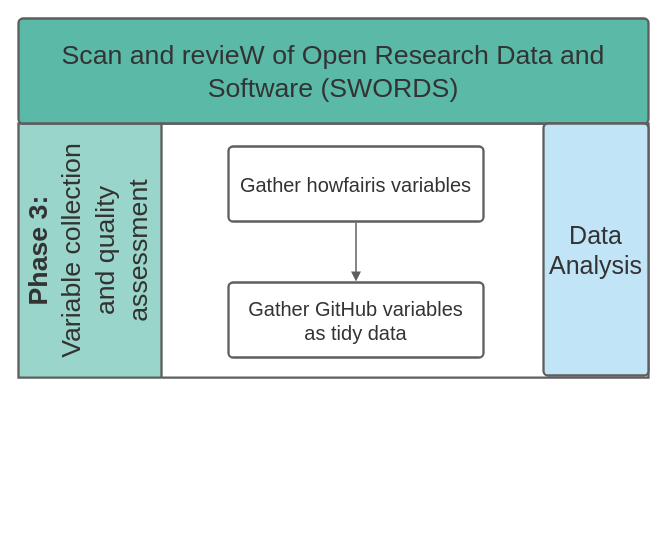
The draw.io diagram page "phase3" (4 of 4) of docs/SWORDS.drawio.xml in UtrechtUniversity/SWORDS-UU, before the edit. Source tidied: cells renumbered, new cells numbered last; positions are measured from the earlier drawing's top-left corner, leaving out a move shared by most shapes. Both pictures are drawn from the tidied source at 100%, with x=0, y=0 at pixel (18, 18).
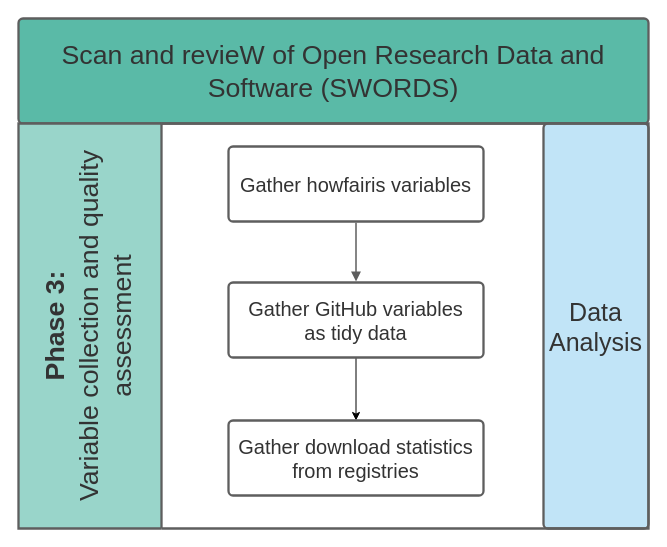
After the change.

What changed in the source:
```diff
@@
 <mxGraphModel>
   <root>
     <mxCell id="0" />
     <mxCell id="1" parent="0" />
-    <mxCell id="2" style="fillColor=none;strokeColor=none;fontStyle=0;html=1;whiteSpace=wrap;fontSize=13;spacing=0;strokeOpacity=100;fillOpacity=100;rounded=1;absoluteArcSize=1;arcSize=9;horizontal=0;strokeWidth=2.3;" parent="1" vertex="1">
-      <mxGeometry y="105" width="630" height="254.1" as="geometry" />
-    </mxCell>
-    <mxCell id="3" value="&lt;div style=&quot;display: flex; justify-content: center; text-align: center; align-items: baseline; font-size: 0; line-height: 1.25;margin-top: -2px;&quot;&gt;&lt;span&gt;&lt;span style=&quot;font-size:26.7px;color:#333333;font-weight: bold;&quot;&gt;Phase 3:&lt;/span&gt;&lt;span style=&quot;font-size:26.7px;color:#333333;&quot;&gt;&#10;Variable collection and quality assessment&lt;/span&gt;&lt;/span&gt;&lt;/div&gt;" style="swimlane;html=1;whiteSpace=wrap;fontStyle=0;startSize=143;rounded=0;horizontal=0;overflow=block;blockSpacing=1;spacing=0;strokeColor=#5e5e5e;strokeOpacity=100;fillOpacity=100;fillColor=#99d5ca;strokeWidth=2.3;fontSize=13;" parent="2" vertex="1">
-      <mxGeometry width="630" height="254.1" as="geometry" />
-    </mxCell>
     <mxCell id="4" value="Scan and revieW of Open Research Data and Software (SWORDS) " style="html=1;overflow=block;blockSpacing=1;whiteSpace=wrap;fontSize=26.7;fontColor=#333333;spacing=3.8;strokeColor=#5e5e5e;strokeOpacity=100;fillOpacity=100;rounded=1;absoluteArcSize=1;arcSize=9;fillColor=#5abaa7;strokeWidth=2.3;" parent="1" vertex="1">
       <mxGeometry width="630" height="105" as="geometry" />
     </mxCell>
     <mxCell id="5" value="Gather howfairis variables" style="html=1;overflow=block;blockSpacing=1;whiteSpace=wrap;fontSize=20;fontColor=#333333;spacing=9;strokeColor=#5e5e5e;strokeOpacity=100;rounded=1;absoluteArcSize=1;arcSize=9;strokeWidth=2.3;" parent="1" vertex="1">
       <mxGeometry x="210" y="128" width="255" height="75" as="geometry" />
     </mxCell>
+    <mxCell id="9" style="edgeStyle=orthogonalEdgeStyle;rounded=0;jettySize=auto;html=1;entryX=0.5;entryY=0;entryDx=0;entryDy=0;" parent="1" edge="1" source="6" target="10">
+      <mxGeometry relative="1" as="geometry" />
+    </mxCell>
     <mxCell id="6" value="Gather GitHub variables as tidy data" style="html=1;overflow=block;blockSpacing=1;whiteSpace=wrap;fontSize=20;fontColor=#333333;spacing=9;strokeColor=#5e5e5e;strokeOpacity=100;rounded=1;absoluteArcSize=1;arcSize=9;strokeWidth=2.3;" parent="1" vertex="1">
       <mxGeometry x="210" y="264" width="255" height="75" as="geometry" />
     </mxCell>
     <mxCell id="7" style="html=1;jettySize=18;whiteSpace=wrap;overflow=block;blockSpacing=1;fontSize=13;strokeColor=#5E5E5E;strokeWidth=1.5;rounded=1;arcSize=12;edgeStyle=orthogonalEdgeStyle;startArrow=none;endArrow=block;endFill=1;exitX=0.5;exitY=1.015;exitPerimeter=0;entryX=0.5;entryY=-0.015;entryPerimeter=0;" parent="1" edge="1" source="5" target="6">
       <mxGeometry relative="1" as="geometry" />
     </mxCell>
     <mxCell id="8" value="Data Analysis" style="html=1;overflow=block;blockSpacing=1;whiteSpace=wrap;fontSize=25;fontColor=#333333;spacing=3.8;strokeColor=#5e5e5e;strokeOpacity=100;fillOpacity=100;rounded=1;absoluteArcSize=1;arcSize=9;fillColor=#c1e4f7;strokeWidth=2.3;" parent="1" vertex="1">
-      <mxGeometry x="525" y="105" width="105" height="252" as="geometry" />
+      <mxGeometry x="525" y="105" width="105" height="405" as="geometry" />
     </mxCell>
+    <mxCell id="3" value="&lt;div style=&quot;display: flex; justify-content: center; text-align: center; align-items: baseline; font-size: 0; line-height: 1.25;margin-top: -2px;&quot;&gt;&lt;span&gt;&lt;span style=&quot;font-size:26.7px;color:#333333;font-weight: bold;&quot;&gt;Phase 3:&lt;/span&gt;&lt;span style=&quot;font-size:26.7px;color:#333333;&quot;&gt;&#10;Variable collection and quality assessment&lt;/span&gt;&lt;/span&gt;&lt;/div&gt;" style="swimlane;html=1;whiteSpace=wrap;fontStyle=0;startSize=143;rounded=0;horizontal=0;overflow=block;blockSpacing=1;spacing=0;strokeColor=#5e5e5e;strokeOpacity=100;fillOpacity=100;fillColor=#99d5ca;strokeWidth=2.3;fontSize=13;" parent="1" vertex="1">
+      <mxGeometry y="105" width="630" height="405" as="geometry" />
+    </mxCell>
+    <mxCell id="10" value="Gather download statistics from registries" style="html=1;overflow=block;blockSpacing=1;whiteSpace=wrap;fontSize=20;fontColor=#333333;spacing=9;strokeColor=#5e5e5e;strokeOpacity=100;rounded=1;absoluteArcSize=1;arcSize=9;strokeWidth=2.3;" parent="1" vertex="1">
+      <mxGeometry x="210" y="402" width="255" height="75" as="geometry" />
+    </mxCell>
   </root>
 </mxGraphModel>
```
